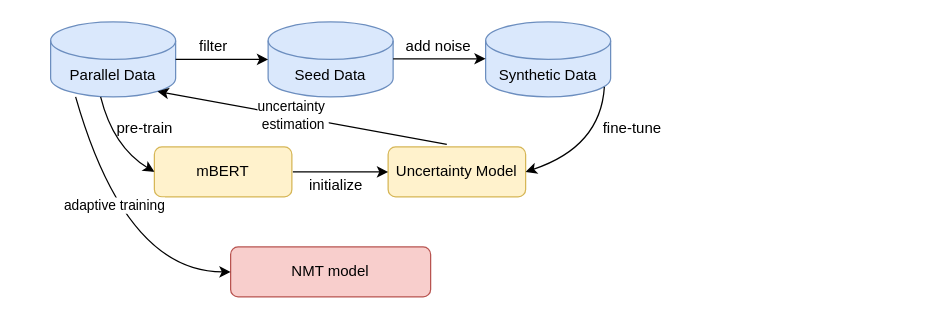
Earlier version of the draw.io diagram uncertaintyNMT.drawio (lizezhonglaile/drawio). Source tidied: cells renumbered, new cells numbered last; positions are measured from the earlier drawing's top-left corner, leaving out a move shared by most shapes. Both pictures are drawn from the tidied source at 125%, with x=0, y=0 at pixel (50, 21).
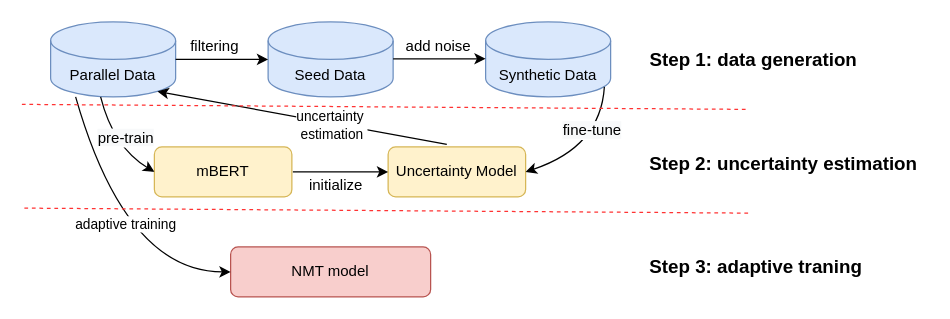
After the change.

Unchanged cells that the change refers to:
```xml
<mxCell id="11" style="curved=1;endArrow=classic;html=1;rounded=0;entryX=0;entryY=0.5;entryDx=0;entryDy=0;" parent="1" edge="1" target="6">
  <mxGeometry relative="1" as="geometry">
    <mxPoint x="20" y="60" as="sourcePoint" />
    <Array as="points">
      <mxPoint x="60" y="200" />
    </Array>
  </mxGeometry>
</mxCell>
<mxCell id="13" style="curved=1;endArrow=classic;html=1;rounded=0;entryX=1;entryY=0.5;entryDx=0;entryDy=0;exitX=0.95;exitY=0.867;exitDx=0;exitDy=0;exitPerimeter=0;" parent="1" edge="1" source="4" target="7">
  <mxGeometry relative="1" as="geometry">
    <Array as="points">
      <mxPoint x="440" y="100" />
    </Array>
  </mxGeometry>
</mxCell>
<mxCell id="14" style="endArrow=classic;html=1;rounded=0;exitX=0.427;exitY=-0.05;exitDx=0;exitDy=0;exitPerimeter=0;entryX=0.855;entryY=1;entryDx=0;entryDy=-4.35;entryPerimeter=0;" parent="1" edge="1" source="7" target="2">
  <mxGeometry relative="1" as="geometry" />
</mxCell>
<mxCell id="16" style="curved=1;endArrow=classic;html=1;rounded=0;entryX=0;entryY=0.5;entryDx=0;entryDy=0;" parent="1" edge="1" target="5">
  <mxGeometry relative="1" as="geometry">
    <mxPoint x="40" y="60" as="sourcePoint" />
    <Array as="points">
      <mxPoint x="50" y="100" />
    </Array>
  </mxGeometry>
</mxCell>
```

What changed in the source:
```diff
@@
     <mxCell id="12" value="adaptive training" style="edgeLabel;html=1;align=center;verticalAlign=middle;" parent="11" vertex="1">
       <mxGeometry x="-0.18" y="14" relative="1" as="geometry">
-        <mxPoint x="-9" as="offset" />
+        <mxPoint y="15" as="offset" />
       </mxGeometry>
     </mxCell>
@@
+    <mxCell id="19" value="&lt;span style=&quot;font-size: 12px; background-color: rgb(248, 249, 250);&quot;&gt;fine-tune&lt;/span&gt;" style="edgeLabel;html=1;align=center;verticalAlign=middle;" parent="13" vertex="1">
+      <mxGeometry x="-0.37" y="-8" relative="1" as="geometry" />
+    </mxCell>
@@
     <mxCell id="15" value="uncertainty&amp;nbsp;&lt;br&gt;estimation" style="edgeLabel;html=1;align=center;verticalAlign=middle;" parent="14" vertex="1">
-      <mxGeometry x="0.07" y="-1" relative="1" as="geometry" />
+      <mxGeometry x="0.07" y="-1" relative="1" as="geometry">
+        <mxPoint x="31" y="8" as="offset" />
+      </mxGeometry>
     </mxCell>
@@
+    <mxCell id="20" value="&lt;span style=&quot;font-size: 12px; background-color: rgb(248, 249, 250);&quot;&gt;pre-train&lt;/span&gt;" style="edgeLabel;html=1;align=center;verticalAlign=middle;" parent="16" vertex="1">
+      <mxGeometry x="-0.19" y="4" relative="1" as="geometry">
+        <mxPoint x="8" y="2" as="offset" />
+      </mxGeometry>
+    </mxCell>
-    <mxCell id="17" value="filter" style="text;html=1;align=center;verticalAlign=middle;strokeColor=none;fillColor=none;" parent="1" vertex="1">
-      <mxGeometry x="105" y="5" width="50" height="30" as="geometry" />
+    <mxCell id="17" value="filtering" style="text;html=1;align=center;verticalAlign=middle;strokeColor=none;fillColor=none;" parent="1" vertex="1">
+      <mxGeometry x="102" y="7" width="57" height="26" as="geometry" />
     </mxCell>
@@
-    <mxCell id="19" value="fine-tune" style="text;html=1;align=center;verticalAlign=middle;strokeColor=none;fillColor=none;" parent="1" vertex="1">
-      <mxGeometry x="430" y="70" width="70" height="30" as="geometry" />
-    </mxCell>
-    <mxCell id="20" value="pre-train" style="text;html=1;align=center;verticalAlign=middle;strokeColor=none;fillColor=none;" parent="1" vertex="1">
-      <mxGeometry x="40" y="70" width="70" height="30" as="geometry" />
-    </mxCell>
@@
+    <mxCell id="22" style="endArrow=none;html=1;rounded=0;dashed=1;strokeColor=#FF3333;" parent="1" edge="1">
+      <mxGeometry relative="1" as="geometry">
+        <mxPoint x="-23" y="66" as="sourcePoint" />
+        <mxPoint x="557" y="70" as="targetPoint" />
+      </mxGeometry>
+    </mxCell>
+    <mxCell id="23" style="endArrow=none;html=1;rounded=0;dashed=1;strokeColor=#FF3333;" parent="1" edge="1">
+      <mxGeometry relative="1" as="geometry">
+        <mxPoint x="-21" y="149" as="sourcePoint" />
+        <mxPoint x="559" y="153" as="targetPoint" />
+      </mxGeometry>
+    </mxCell>
+    <mxCell id="24" value="&lt;b&gt;&lt;font style=&quot;font-size: 15px;&quot;&gt;Step 1: data generation&lt;/font&gt;&lt;/b&gt;" style="text;html=1;align=center;verticalAlign=middle;strokeColor=none;fillColor=none;" parent="1" vertex="1">
+      <mxGeometry x="470" y="15" width="184" height="30" as="geometry" />
+    </mxCell>
+    <mxCell id="25" value="&lt;b&gt;&lt;font style=&quot;font-size: 15px;&quot;&gt;Step 2: uncertainty estimation&lt;/font&gt;&lt;/b&gt;" style="text;html=1;align=center;verticalAlign=middle;strokeColor=none;fillColor=none;" parent="1" vertex="1">
+      <mxGeometry x="470" y="98" width="232" height="30" as="geometry" />
+    </mxCell>
+    <mxCell id="26" value="&lt;b&gt;&lt;font style=&quot;font-size: 15px;&quot;&gt;Step 3: adaptive traning&lt;/font&gt;&lt;/b&gt;" style="text;html=1;align=center;verticalAlign=middle;strokeColor=none;fillColor=none;" parent="1" vertex="1">
+      <mxGeometry x="470" y="180" width="188" height="30" as="geometry" />
+    </mxCell>
```
